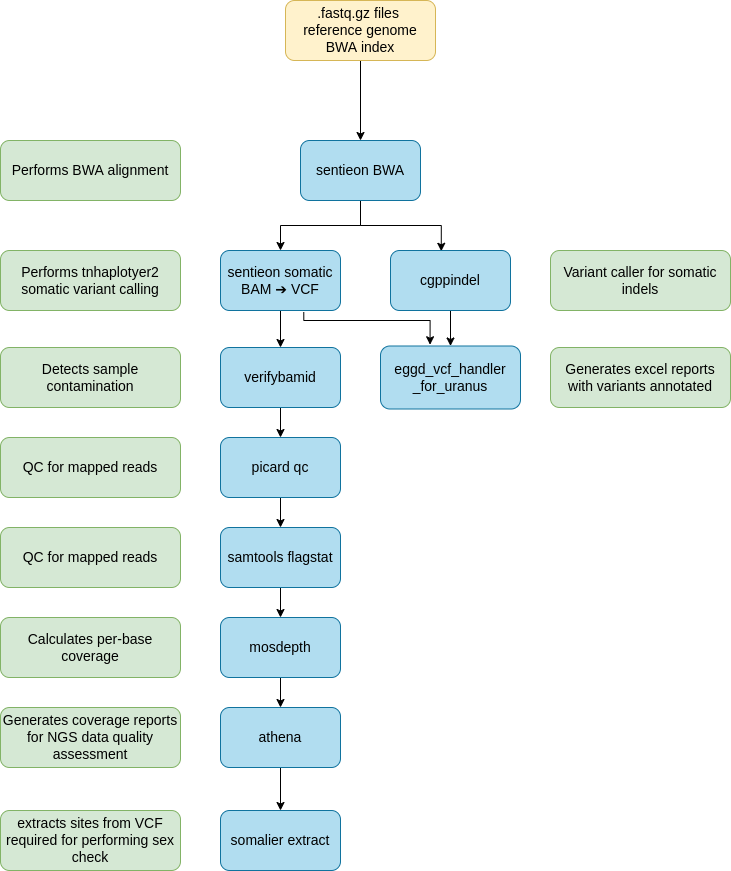
Before: images/workflow.png, a diagram exported from draw.io (eastgenomics/eggd_uranus_main_workflow). Source tidied: cells renumbered, new cells last; positions are measured from the earlier drawing's top-left corner, leaving out a move shared by most shapes.
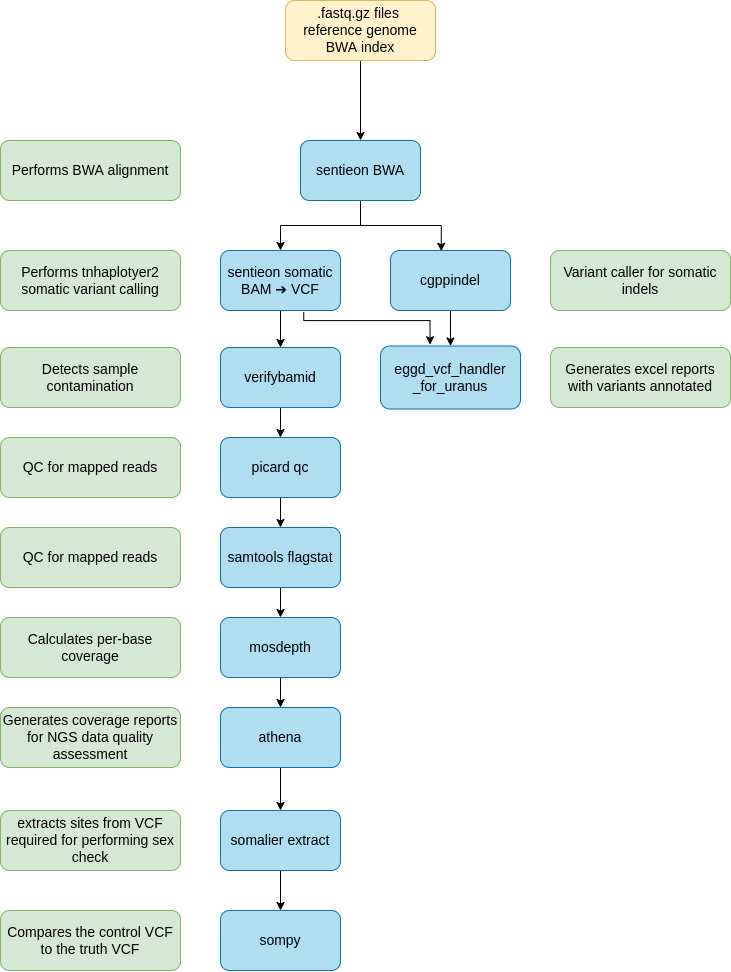
The same file after the commit.

Commit message:
update workflow diagram

What changed in the source:
```diff
@@ -97,11 +97,20 @@
     <mxCell id="31" value="Generates excel reports with variants annotated" style="rounded=1;whiteSpace=wrap;html=1;fillColor=#d5e8d4;strokeColor=#82b366;fontSize=14;" parent="1" vertex="1">
       <mxGeometry x="550" y="347" width="180" height="60" as="geometry" />
     </mxCell>
+    <mxCell id="34" style="edgeStyle=none;html=1;" parent="1" edge="1" source="32" target="35">
+      <mxGeometry relative="1" as="geometry" />
+    </mxCell>
     <mxCell id="32" value="&lt;font color=&quot;#000000&quot; style=&quot;font-size: 14px&quot;&gt;somalier extract&lt;/font&gt;" style="rounded=1;whiteSpace=wrap;html=1;fillColor=#b1ddf0;strokeColor=#10739e;fontSize=14;" parent="1" vertex="1">
       <mxGeometry x="220" y="810" width="120" height="60" as="geometry" />
     </mxCell>
     <mxCell id="33" value="&lt;font color=&quot;#000000&quot; style=&quot;font-size: 14px&quot;&gt;extracts sites from VCF required for performing sex check&lt;/font&gt;" style="rounded=1;whiteSpace=wrap;html=1;fillColor=#d5e8d4;strokeColor=#82b366;fontSize=14;" parent="1" vertex="1">
       <mxGeometry y="810" width="180" height="60" as="geometry" />
     </mxCell>
+    <mxCell id="35" value="&lt;font color=&quot;#000000&quot; style=&quot;font-size: 14px&quot;&gt;sompy&lt;/font&gt;" style="rounded=1;whiteSpace=wrap;html=1;fillColor=#b1ddf0;strokeColor=#10739e;fontSize=14;" parent="1" vertex="1">
+      <mxGeometry x="220" y="910" width="120" height="60" as="geometry" />
+    </mxCell>
+    <mxCell id="36" value="&lt;font color=&quot;#000000&quot; style=&quot;font-size: 14px&quot;&gt;Compares the control VCF to the truth VCF&lt;/font&gt;" style="rounded=1;whiteSpace=wrap;html=1;fillColor=#d5e8d4;strokeColor=#82b366;fontSize=14;" parent="1" vertex="1">
+      <mxGeometry y="910" width="180" height="60" as="geometry" />
+    </mxCell>
   </root>
 </mxGraphModel>
```
